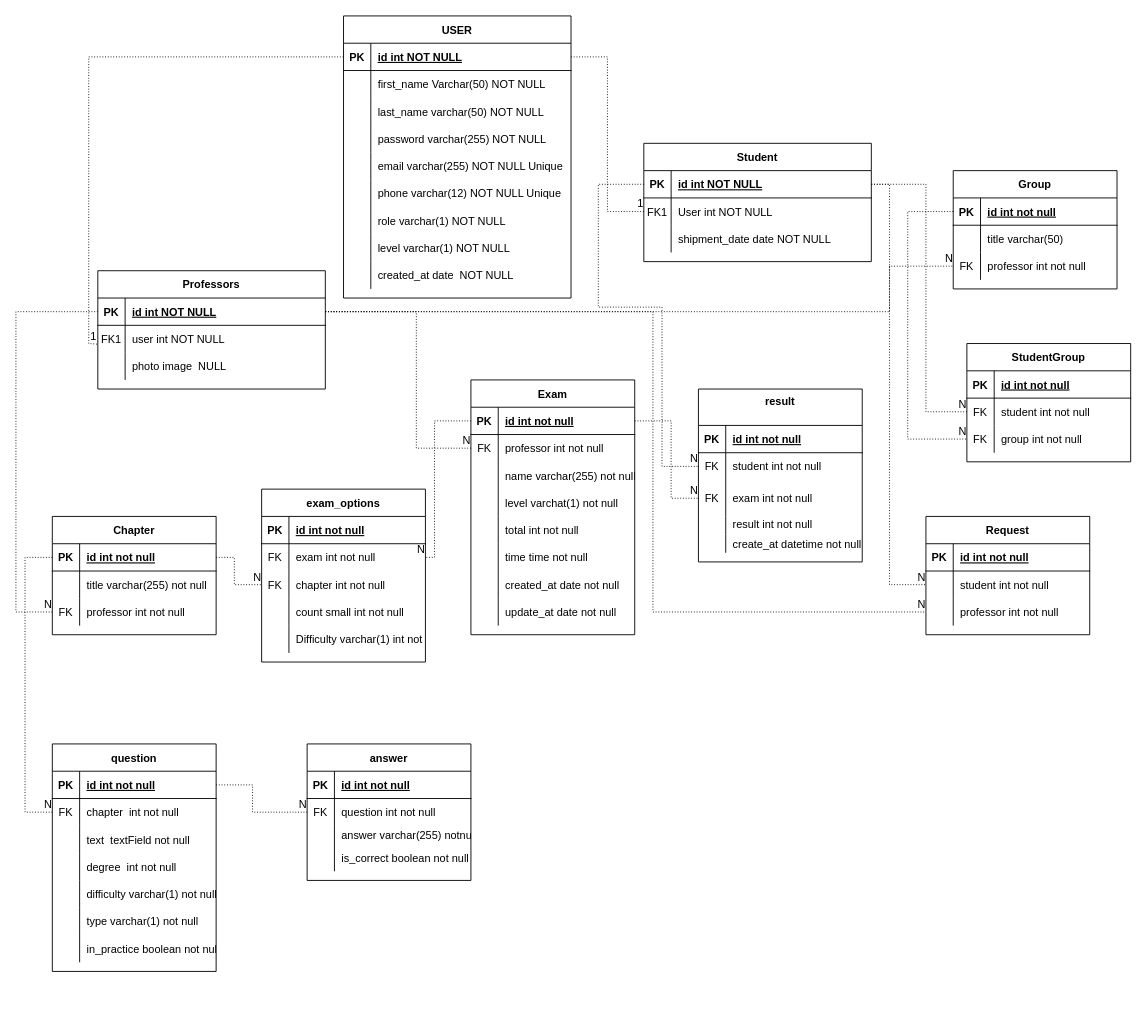
Above: Documents/Untitled Diagram.drawio in MOHAMEDHESMAM8/E-EXAM (draw.io), before the change. Source tidied: cells renumbered, new cells numbered last; positions are measured from the earlier drawing's top-left corner, leaving out a move shared by most shapes. Both pictures are drawn from the tidied source at 91%, with x=0, y=0 at pixel (15, 15).
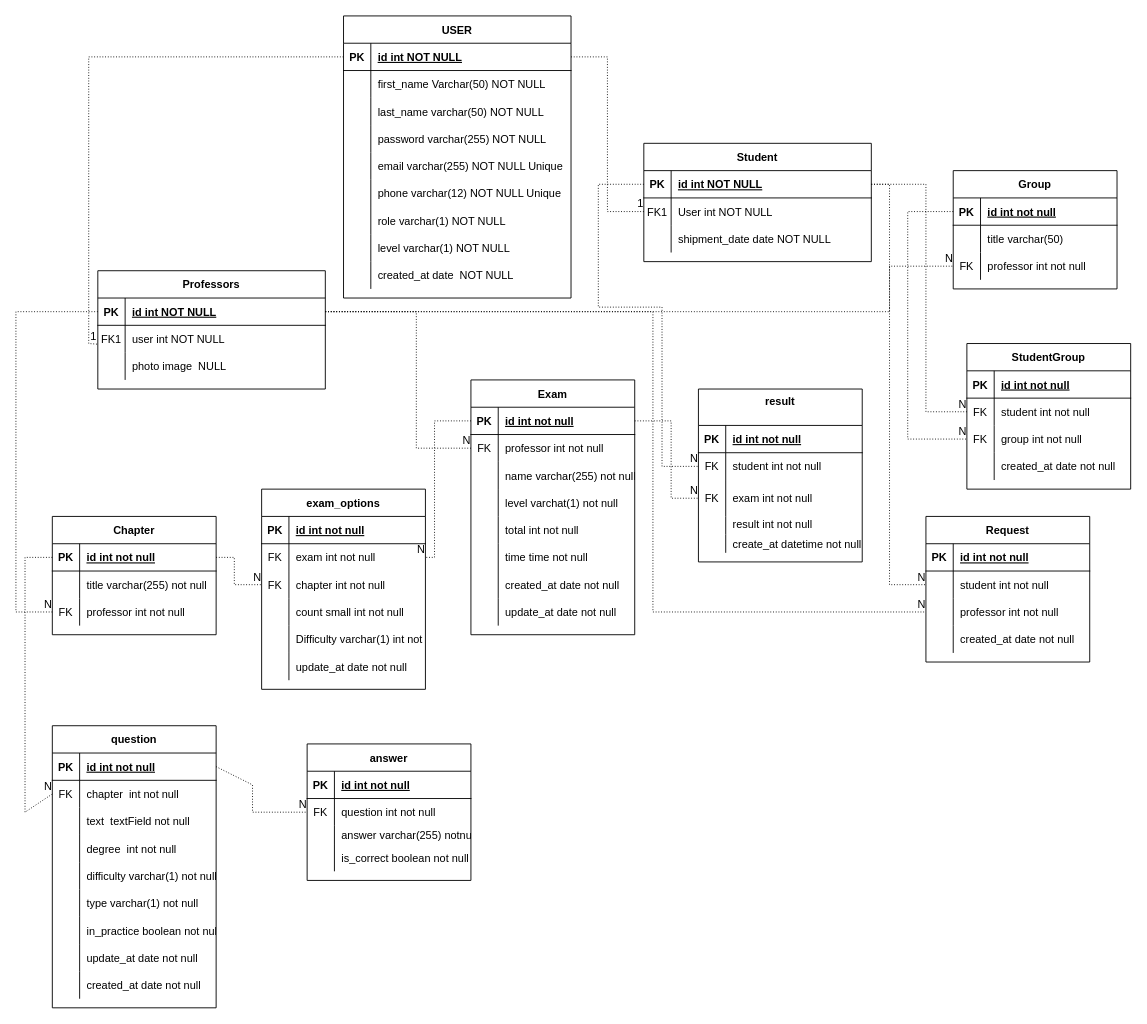
The same diagram, later.

What changed in the source:
```diff
@@
     <mxCell id="81" value="exam_options" style="shape=table;startSize=30;childLayout=tableLayout;rowLines=0;fontStyle=1;align=center;fontFamily=Helvetica;fontSize=12;fontColor=default;strokeColor=default;fillColor=none;" parent="1" vertex="1">
-      <mxGeometry x="270" y="520" width="180" height="190" as="geometry" />
+      <mxGeometry x="270" y="520" width="180" height="220" as="geometry" />
     </mxCell>
@@
+    <mxCell id="212" style="shape=tableRow;horizontal=0;startSize=0;swimlaneHead=0;swimlaneBody=0;fillColor=none;top=0;left=0;right=0;bottom=0;fontFamily=Helvetica;fontSize=12;fontColor=default;strokeColor=default;" parent="81" vertex="1">
+      <mxGeometry y="180" width="180" height="30" as="geometry" />
+    </mxCell>
+    <mxCell id="213" style="shape=partialRectangle;fillColor=none;top=0;left=0;bottom=0;right=0;overflow=hidden;fontFamily=Helvetica;fontSize=12;fontColor=default;strokeColor=default;" parent="212" vertex="1">
+      <mxGeometry width="30" height="30" as="geometry" />
+    </mxCell>
+    <mxCell id="214" value="update_at date not null" style="shape=partialRectangle;fillColor=none;top=0;left=0;bottom=0;right=0;align=left;spacingLeft=6;overflow=hidden;fontFamily=Helvetica;fontSize=12;fontColor=default;strokeColor=default;" parent="212" vertex="1">
+      <mxGeometry x="30" width="150" height="30" as="geometry" />
+    </mxCell>
@@
     <mxCell id="113" value="question" style="shape=table;startSize=30;childLayout=tableLayout;rowLines=0;fontStyle=1;align=center;fontFamily=Helvetica;fontSize=12;fontColor=default;strokeColor=default;fillColor=none;" parent="1" vertex="1">
-      <mxGeometry x="40" y="800" width="180" height="250" as="geometry" />
+      <mxGeometry x="40" y="780" width="180" height="310" as="geometry" />
     </mxCell>
@@
+    <mxCell id="215" style="shape=tableRow;horizontal=0;startSize=0;swimlaneHead=0;swimlaneBody=0;fillColor=none;top=0;left=0;right=0;bottom=0;fontFamily=Helvetica;fontSize=12;fontColor=default;strokeColor=default;" parent="113" vertex="1">
+      <mxGeometry y="240" width="180" height="30" as="geometry" />
+    </mxCell>
+    <mxCell id="216" style="shape=partialRectangle;fillColor=none;top=0;left=0;bottom=0;right=0;overflow=hidden;fontFamily=Helvetica;fontSize=12;fontColor=default;strokeColor=default;" parent="215" vertex="1">
+      <mxGeometry width="30" height="30" as="geometry" />
+    </mxCell>
+    <mxCell id="217" value="update_at date not null" style="shape=partialRectangle;fillColor=none;top=0;left=0;bottom=0;right=0;align=left;spacingLeft=6;overflow=hidden;fontFamily=Helvetica;fontSize=12;fontColor=default;strokeColor=default;" parent="215" vertex="1">
+      <mxGeometry x="30" width="150" height="30" as="geometry" />
+    </mxCell>
+    <mxCell id="218" style="shape=tableRow;horizontal=0;startSize=0;swimlaneHead=0;swimlaneBody=0;fillColor=none;top=0;left=0;right=0;bottom=0;fontFamily=Helvetica;fontSize=12;fontColor=default;strokeColor=default;" parent="113" vertex="1">
+      <mxGeometry y="270" width="180" height="30" as="geometry" />
+    </mxCell>
+    <mxCell id="219" style="shape=partialRectangle;fillColor=none;top=0;left=0;bottom=0;right=0;overflow=hidden;fontFamily=Helvetica;fontSize=12;fontColor=default;strokeColor=default;" parent="218" vertex="1">
+      <mxGeometry width="30" height="30" as="geometry" />
+    </mxCell>
+    <mxCell id="220" value="created_at date not null" style="shape=partialRectangle;fillColor=none;top=0;left=0;bottom=0;right=0;align=left;spacingLeft=6;overflow=hidden;fontFamily=Helvetica;fontSize=12;fontColor=default;strokeColor=default;" parent="218" vertex="1">
+      <mxGeometry x="30" width="150" height="30" as="geometry" />
+    </mxCell>
@@
     <mxCell id="182" value="StudentGroup" style="shape=table;startSize=30;childLayout=tableLayout;rowLines=0;fontStyle=1;align=center;" parent="1" vertex="1">
-      <mxGeometry x="1045" y="360" width="180" height="130" as="geometry" />
+      <mxGeometry x="1045" y="360" width="180" height="160" as="geometry" />
     </mxCell>
@@
+    <mxCell id="221" style="shape=tableRow;horizontal=0;startSize=0;swimlaneHead=0;swimlaneBody=0;fillColor=none;top=0;left=0;right=0;bottom=0;" parent="182" vertex="1">
+      <mxGeometry y="120" width="180" height="30" as="geometry" />
+    </mxCell>
+    <mxCell id="222" style="shape=partialRectangle;fillColor=none;top=0;left=0;bottom=0;right=0;overflow=hidden;" parent="221" vertex="1">
+      <mxGeometry width="30" height="30" as="geometry" />
+    </mxCell>
+    <mxCell id="223" value="created_at date not null" style="shape=partialRectangle;fillColor=none;top=0;left=0;bottom=0;right=0;align=left;spacingLeft=6;overflow=hidden;" parent="221" vertex="1">
+      <mxGeometry x="30" width="150" height="30" as="geometry" />
+    </mxCell>
@@
     <mxCell id="198" value="Request" style="shape=table;startSize=30;childLayout=tableLayout;rowLines=0;fontStyle=1;align=center;" parent="1" vertex="1">
-      <mxGeometry x="1000" y="550" width="180" height="130" as="geometry" />
+      <mxGeometry x="1000" y="550" width="180" height="160" as="geometry" />
     </mxCell>
@@
+    <mxCell id="224" style="shape=tableRow;horizontal=0;startSize=0;swimlaneHead=0;swimlaneBody=0;fillColor=none;top=0;left=0;right=0;bottom=0;" parent="198" vertex="1">
+      <mxGeometry y="120" width="180" height="30" as="geometry" />
+    </mxCell>
+    <mxCell id="225" style="shape=partialRectangle;fillColor=none;top=0;left=0;bottom=0;right=0;overflow=hidden;" parent="224" vertex="1">
+      <mxGeometry width="30" height="30" as="geometry" />
+    </mxCell>
+    <mxCell id="226" value="created_at date not null" style="shape=partialRectangle;fillColor=none;top=0;left=0;bottom=0;right=0;align=left;spacingLeft=6;overflow=hidden;" parent="224" vertex="1">
+      <mxGeometry x="30" width="150" height="30" as="geometry" />
+    </mxCell>
```
